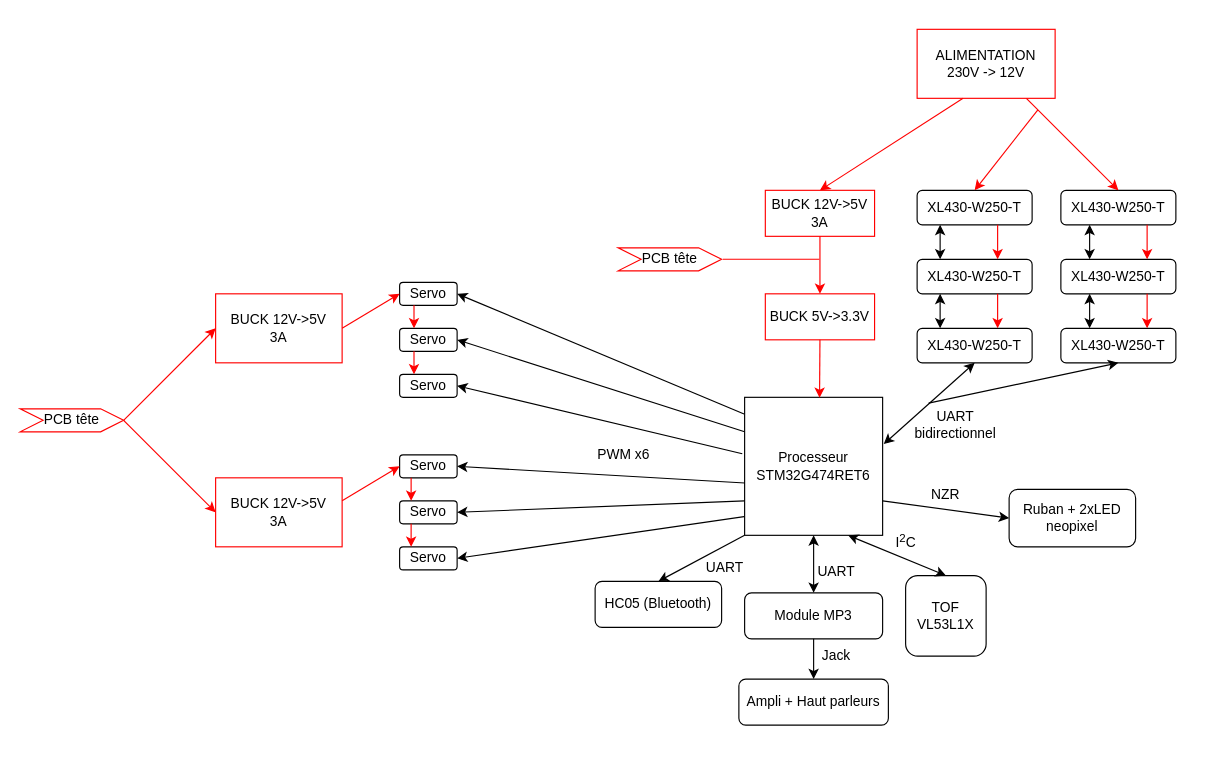
Above: Gestion de projet/Untitled Diagram.drawio in mael-lukas/2425_Projet2A_Animatronic (draw.io), before the change. Source tidied: cells renumbered, new cells numbered last; positions are measured from the earlier drawing's top-left corner, leaving out a move shared by most shapes. Both pictures are drawn from the tidied source at 115%, with x=0, y=0 at pixel (20, 29).
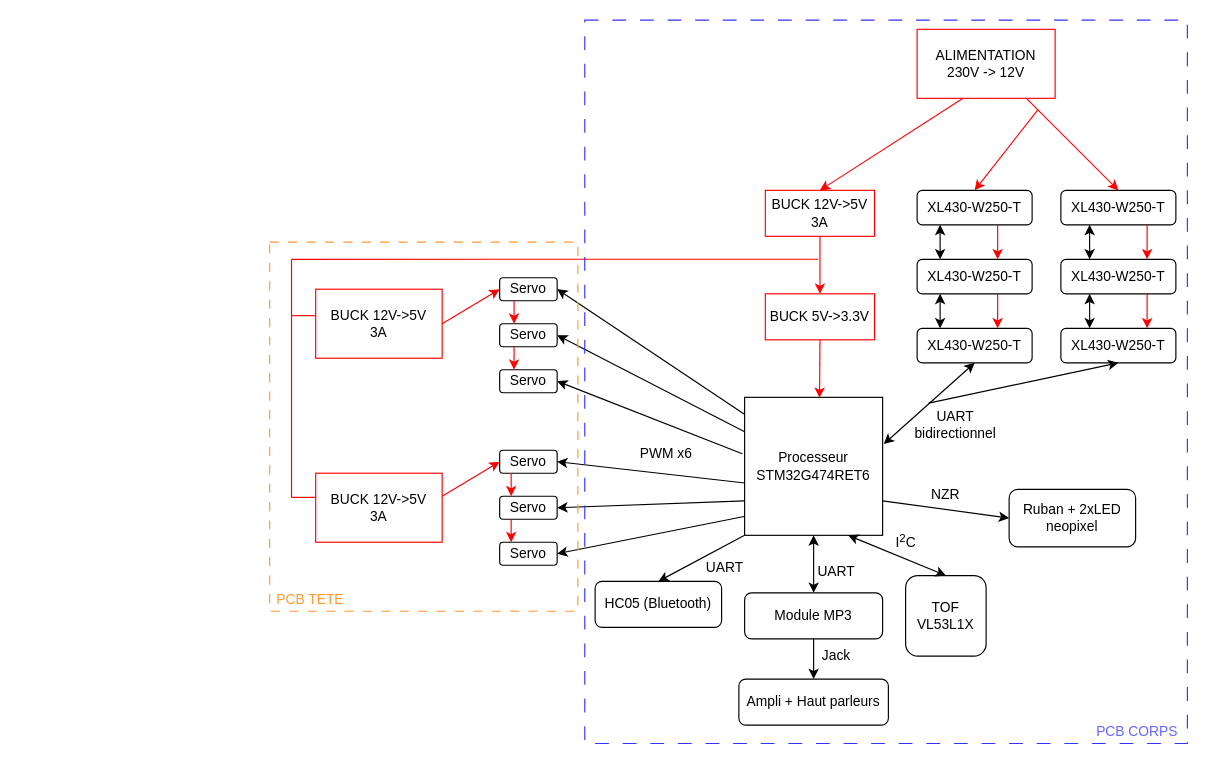
The same diagram, later.

Commit message:
nouveau diagramme d'archi.drawio

Diff of the diagram source:
```diff
@@
     <mxCell id="4" value="&lt;div&gt;&lt;font color=&quot;#000000&quot;&gt;BUCK 12V-&amp;gt;5V&lt;/font&gt;&lt;/div&gt;&lt;div&gt;&lt;font color=&quot;#000000&quot;&gt;3A&lt;br&gt;&lt;/font&gt;&lt;/div&gt;" style="rounded=0;whiteSpace=wrap;html=1;fontColor=#FF0000;strokeColor=#FF0000;" parent="1" vertex="1">
-      <mxGeometry x="170" y="390" width="110" height="60" as="geometry" />
+      <mxGeometry x="257" y="386" width="110" height="60" as="geometry" />
     </mxCell>
     <mxCell id="5" value="&lt;div&gt;&lt;font color=&quot;#000000&quot;&gt;BUCK 12V-&amp;gt;5V&lt;/font&gt;&lt;/div&gt;&lt;div&gt;&lt;font color=&quot;#000000&quot;&gt;3A&lt;br&gt;&lt;/font&gt;&lt;/div&gt;" style="rounded=0;whiteSpace=wrap;html=1;fontColor=#FF0000;strokeColor=#FF0000;" parent="1" vertex="1">
-      <mxGeometry x="170" y="230" width="110" height="60" as="geometry" />
+      <mxGeometry x="257" y="226" width="110" height="60" as="geometry" />
     </mxCell>
@@
     <mxCell id="7" value="Servo" style="rounded=1;whiteSpace=wrap;html=1;" parent="1" vertex="1">
-      <mxGeometry x="330" y="450" width="50" height="20" as="geometry" />
+      <mxGeometry x="417" y="446" width="50" height="20" as="geometry" />
     </mxCell>
     <mxCell id="8" value="Servo" style="rounded=1;whiteSpace=wrap;html=1;" parent="1" vertex="1">
-      <mxGeometry x="330" y="300" width="50" height="20" as="geometry" />
+      <mxGeometry x="417" y="296" width="50" height="20" as="geometry" />
     </mxCell>
     <mxCell id="9" value="Servo" style="rounded=1;whiteSpace=wrap;html=1;" parent="1" vertex="1">
-      <mxGeometry x="330" y="370" width="50" height="20" as="geometry" />
+      <mxGeometry x="417" y="366" width="50" height="20" as="geometry" />
     </mxCell>
     <mxCell id="10" value="Servo" style="rounded=1;whiteSpace=wrap;html=1;" parent="1" vertex="1">
-      <mxGeometry x="330" y="410" width="50" height="20" as="geometry" />
+      <mxGeometry x="417" y="406" width="50" height="20" as="geometry" />
     </mxCell>
     <mxCell id="11" value="Servo" style="rounded=1;whiteSpace=wrap;html=1;" parent="1" vertex="1">
-      <mxGeometry x="330" y="220" width="50" height="20" as="geometry" />
+      <mxGeometry x="417" y="216" width="50" height="20" as="geometry" />
     </mxCell>
     <mxCell id="12" value="Servo" style="rounded=1;whiteSpace=wrap;html=1;" parent="1" vertex="1">
-      <mxGeometry x="330" y="260" width="50" height="20" as="geometry" />
+      <mxGeometry x="417" y="256" width="50" height="20" as="geometry" />
     </mxCell>
@@
     <mxCell id="49" style="endArrow=none;html=1;rounded=0;strokeColor=#FF0000;" parent="1" edge="1">
       <mxGeometry relative="1" as="geometry">
-        <mxPoint x="611" y="199.9" as="sourcePoint" />
-        <mxPoint x="695" y="199.9" as="targetPoint" />
+        <mxPoint x="236" y="200" as="sourcePoint" />
+        <mxPoint x="694" y="199.9" as="targetPoint" />
       </mxGeometry>
     </mxCell>
-    <mxCell id="50" value="PCB tête" style="shape=step;perimeter=stepPerimeter;whiteSpace=wrap;html=1;fixedSize=1;strokeColor=#FF0000;" parent="1" vertex="1">
-      <mxGeometry x="520" y="190" width="90" height="20" as="geometry" />
-    </mxCell>
-    <mxCell id="51" value="PCB tête" style="shape=step;perimeter=stepPerimeter;whiteSpace=wrap;html=1;fixedSize=1;strokeColor=#FF0000;" parent="1" vertex="1">
-      <mxGeometry y="330" width="90" height="20" as="geometry" />
-    </mxCell>
-    <mxCell id="52" style="endArrow=classic;html=1;rounded=0;entryX=0;entryY=0.5;entryDx=0;entryDy=0;strokeColor=#FF0000;" parent="1" edge="1" target="5">
-      <mxGeometry relative="1" as="geometry">
-        <mxPoint x="90" y="340" as="sourcePoint" />
-      </mxGeometry>
-    </mxCell>
-    <mxCell id="53" style="endArrow=classic;html=1;rounded=0;entryX=0;entryY=0.5;entryDx=0;entryDy=0;strokeColor=#FF0000;" parent="1" edge="1" target="4">
-      <mxGeometry relative="1" as="geometry">
-        <mxPoint x="90" y="340" as="sourcePoint" />
-      </mxGeometry>
-    </mxCell>
@@
     <mxCell id="57" style="endArrow=classic;html=1;rounded=0;entryX=0;entryY=0.5;entryDx=0;entryDy=0;exitX=1;exitY=0.5;exitDx=0;exitDy=0;strokeColor=#FF0000;" parent="1" edge="1">
       <mxGeometry relative="1" as="geometry">
-        <mxPoint x="280" y="410" as="sourcePoint" />
-        <mxPoint x="330" y="380" as="targetPoint" />
+        <mxPoint x="367" y="406" as="sourcePoint" />
+        <mxPoint x="417" y="376" as="targetPoint" />
       </mxGeometry>
     </mxCell>
     <mxCell id="58" style="endArrow=classic;html=1;rounded=0;entryX=0.25;entryY=0;entryDx=0;entryDy=0;exitX=0.25;exitY=1;exitDx=0;exitDy=0;strokeColor=#FF0000;" parent="1" edge="1">
       <mxGeometry relative="1" as="geometry">
-        <mxPoint x="340" y="390" as="sourcePoint" />
-        <mxPoint x="340" y="410" as="targetPoint" />
+        <mxPoint x="427" y="386" as="sourcePoint" />
+        <mxPoint x="427" y="406" as="targetPoint" />
       </mxGeometry>
     </mxCell>
     <mxCell id="59" style="endArrow=classic;html=1;rounded=0;entryX=0.25;entryY=0;entryDx=0;entryDy=0;exitX=0.25;exitY=1;exitDx=0;exitDy=0;strokeColor=#FF0000;" parent="1" edge="1">
       <mxGeometry relative="1" as="geometry">
-        <mxPoint x="340" y="430" as="sourcePoint" />
-        <mxPoint x="340" y="450" as="targetPoint" />
+        <mxPoint x="427" y="426" as="sourcePoint" />
+        <mxPoint x="427" y="446" as="targetPoint" />
       </mxGeometry>
     </mxCell>
@@
     <mxCell id="68" value="PWM x6" style="text;html=1;align=center;verticalAlign=middle;whiteSpace=wrap;rounded=0;" parent="1" vertex="1">
-      <mxGeometry x="495" y="355" width="60" height="30" as="geometry" />
+      <mxGeometry x="532" y="354" width="60" height="30" as="geometry" />
     </mxCell>
+    <mxCell id="69" style="endArrow=none;html=1;rounded=0;strokeColor=#FF0000;" parent="1" edge="1">
+      <mxGeometry relative="1" as="geometry">
+        <mxPoint x="236" y="407.1" as="sourcePoint" />
+        <mxPoint x="236" y="200" as="targetPoint" />
+      </mxGeometry>
+    </mxCell>
+    <mxCell id="70" style="endArrow=none;html=1;rounded=0;entryX=-0.003;entryY=0.35;entryDx=0;entryDy=0;entryPerimeter=0;strokeColor=#FF0000;" parent="1" edge="1" target="4">
+      <mxGeometry relative="1" as="geometry">
+        <mxPoint x="236" y="407" as="sourcePoint" />
+      </mxGeometry>
+    </mxCell>
+    <mxCell id="71" style="endArrow=none;html=1;rounded=0;entryX=-0.003;entryY=0.35;entryDx=0;entryDy=0;entryPerimeter=0;strokeColor=#FF0000;" parent="1" edge="1">
+      <mxGeometry relative="1" as="geometry">
+        <mxPoint x="236" y="249" as="sourcePoint" />
+        <mxPoint x="257" y="249" as="targetPoint" />
+      </mxGeometry>
+    </mxCell>
+    <mxCell id="72" style="rounded=0;whiteSpace=wrap;html=1;dashed=1;dashPattern=12 12;fillColor=none;strokeColor=#3333FF;" parent="1" vertex="1">
+      <mxGeometry x="491" y="-8" width="524" height="629" as="geometry" />
+    </mxCell>
+    <mxCell id="73" value="PCB CORPS" style="text;html=1;align=center;verticalAlign=middle;whiteSpace=wrap;rounded=0;fontColor=#6666FF;" parent="1" vertex="1">
+      <mxGeometry x="927" y="596" width="89" height="30" as="geometry" />
+    </mxCell>
+    <mxCell id="74" style="rounded=0;whiteSpace=wrap;html=1;fillColor=none;dashed=1;dashPattern=8 8;strokeColor=#FF9933;" parent="1" vertex="1">
+      <mxGeometry x="217" y="185" width="268" height="321" as="geometry" />
+    </mxCell>
+    <mxCell id="75" value="&lt;font color=&quot;#ff9933&quot;&gt;PCB TETE&lt;/font&gt;" style="text;html=1;align=center;verticalAlign=middle;whiteSpace=wrap;rounded=0;fontColor=#6666FF;" parent="1" vertex="1">
+      <mxGeometry x="208" y="481" width="89" height="30" as="geometry" />
+    </mxCell>
```
